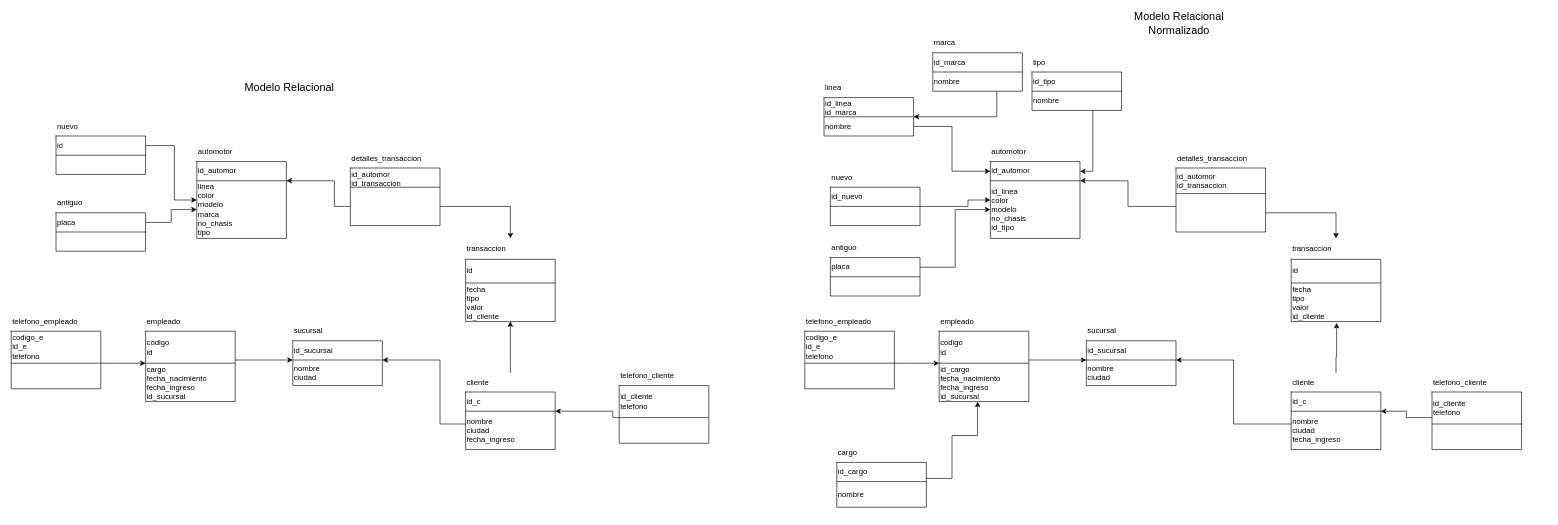
The draw.io diagram db/Diagrama sin título.drawio in SnakyDH/BuenAuto-BE, before the edit. Source tidied: cells renumbered, new cells numbered last; positions are measured from the earlier drawing's top-left corner, leaving out a move shared by most shapes. Both pictures are drawn from the tidied source at 64%, with x=0, y=0 at pixel (11, 14).
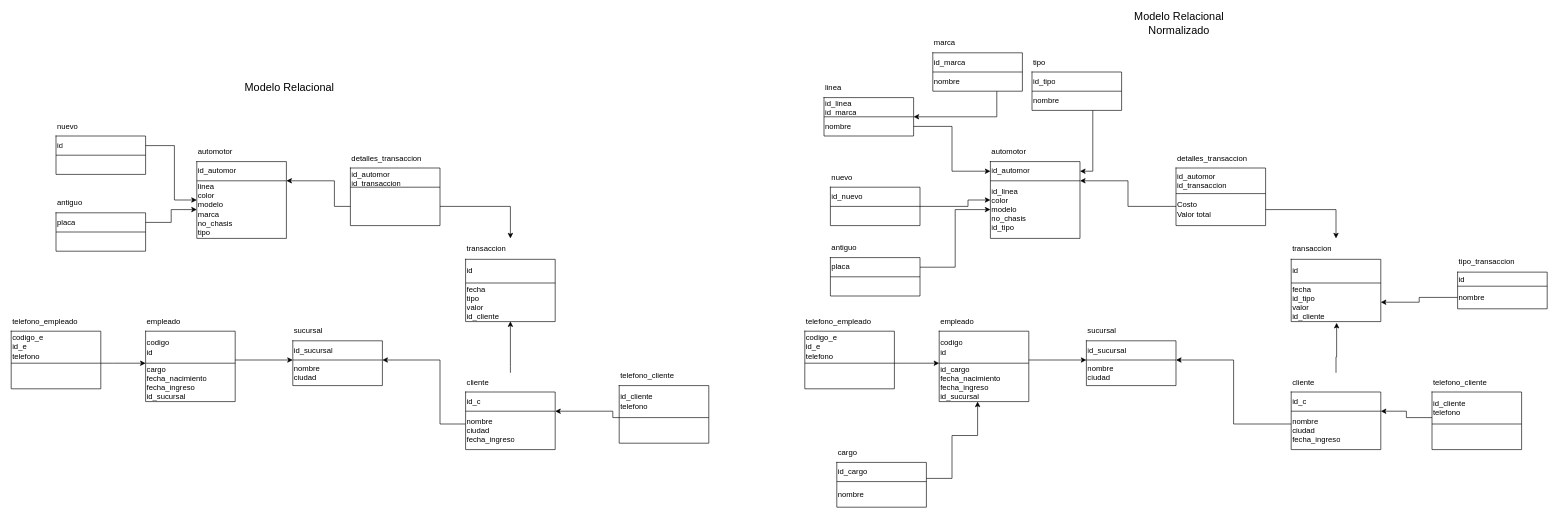
The same diagram, later.

The change refers to these unchanged cells:
```xml
<mxCell id="125" style="shape=tableRow;horizontal=0;startSize=0;swimlaneHead=0;swimlaneBody=0;strokeColor=inherit;top=0;left=0;bottom=0;right=0;fillColor=none;points=[[0,0.5],[1,0.5]];portConstraint=eastwest;" parent="122" vertex="1">
  <mxGeometry y="37" width="140" height="60" as="geometry" />
</mxCell>
<mxCell id="153" style="group;" parent="1" vertex="1">
  <mxGeometry x="1820" y="210" width="140" height="110" as="geometry" />
</mxCell>
```

Diff of the diagram source:
```diff
@@
-    <mxCell id="126" value="fecha&lt;br&gt;tipo&lt;br&gt;valor&lt;br&gt;id_cliente" style="shape=partialRectangle;html=1;whiteSpace=wrap;strokeColor=inherit;overflow=hidden;fillColor=none;top=0;left=0;bottom=0;right=0;align=left;" parent="125" vertex="1">
+    <mxCell id="126" value="fecha&lt;br&gt;id_tipo&lt;br&gt;valor&lt;br&gt;id_cliente" style="shape=partialRectangle;html=1;whiteSpace=wrap;strokeColor=inherit;overflow=hidden;fillColor=none;top=0;left=0;bottom=0;right=0;align=left;" parent="125" vertex="1">
       <mxGeometry width="140" height="60" as="geometry" />
     </mxCell>
@@
     <mxCell id="154" style="shape=table;startSize=0;childLayout=tableLayout;" parent="153" vertex="1">
-      <mxGeometry y="30" width="140" height="100" as="geometry" />
+      <mxGeometry y="30" width="140" height="90" as="geometry" />
     </mxCell>
@@
     <mxCell id="157" style="shape=tableRow;horizontal=0;startSize=0;swimlaneHead=0;swimlaneBody=0;strokeColor=inherit;top=0;left=0;bottom=0;right=0;fillColor=none;points=[[0,0.5],[1,0.5]];portConstraint=eastwest;" parent="154" vertex="1">
-      <mxGeometry y="40" width="140" height="60" as="geometry" />
+      <mxGeometry y="40" width="140" height="50" as="geometry" />
     </mxCell>
-    <mxCell id="158" style="shape=partialRectangle;html=1;whiteSpace=wrap;strokeColor=inherit;overflow=hidden;fillColor=none;top=0;left=0;bottom=0;right=0;align=left;" parent="157" vertex="1">
-      <mxGeometry width="140" height="60" as="geometry" />
+    <mxCell id="158" value="Costo&lt;br&gt;Valor total" style="shape=partialRectangle;html=1;whiteSpace=wrap;strokeColor=inherit;overflow=hidden;fillColor=none;top=0;left=0;bottom=0;right=0;align=left;" parent="157" vertex="1">
+      <mxGeometry width="140" height="50" as="geometry" />
     </mxCell>
@@
+    <mxCell id="194" style="group;" parent="1" vertex="1">
+      <mxGeometry x="2260" y="370" width="140" height="130" as="geometry" />
+    </mxCell>
+    <mxCell id="195" style="shape=table;startSize=0;childLayout=tableLayout;" parent="194" vertex="1">
+      <mxGeometry y="32.7" width="140" height="57.3" as="geometry" />
+    </mxCell>
+    <mxCell id="196" style="shape=tableRow;horizontal=0;startSize=0;swimlaneHead=0;swimlaneBody=0;strokeColor=inherit;top=0;left=0;bottom=0;right=0;fillColor=none;" parent="195" vertex="1">
+      <mxGeometry width="140" height="22" as="geometry" />
+    </mxCell>
+    <mxCell id="197" value="id" style="shape=partialRectangle;html=1;whiteSpace=wrap;strokeColor=inherit;overflow=hidden;fillColor=none;top=0;left=0;bottom=0;right=0;align=left;" parent="196" vertex="1">
+      <mxGeometry width="140" height="22" as="geometry" />
+    </mxCell>
+    <mxCell id="198" style="shape=tableRow;horizontal=0;startSize=0;swimlaneHead=0;swimlaneBody=0;strokeColor=inherit;top=0;left=0;bottom=0;right=0;fillColor=none;points=[[0,0.5],[1,0.5]];portConstraint=eastwest;" parent="195" vertex="1">
+      <mxGeometry y="22" width="140" height="35" as="geometry" />
+    </mxCell>
+    <mxCell id="199" value="nombre" style="shape=partialRectangle;html=1;whiteSpace=wrap;strokeColor=inherit;overflow=hidden;fillColor=none;top=0;left=0;bottom=0;right=0;align=left;" parent="198" vertex="1">
+      <mxGeometry width="140" height="35" as="geometry" />
+    </mxCell>
+    <mxCell id="200" value="tipo_transaccion" style="text;html=1;strokeColor=none;fillColor=none;align=left;verticalAlign=middle;whiteSpace=wrap;rounded=0;" parent="194" vertex="1">
+      <mxGeometry width="140" height="32.7" as="geometry" />
+    </mxCell>
+    <mxCell id="201" style="edgeStyle=orthogonalEdgeStyle;rounded=0;jettySize=auto;html=1;" parent="1" edge="1" source="198" target="125">
+      <mxGeometry relative="1" as="geometry" />
+    </mxCell>
```
